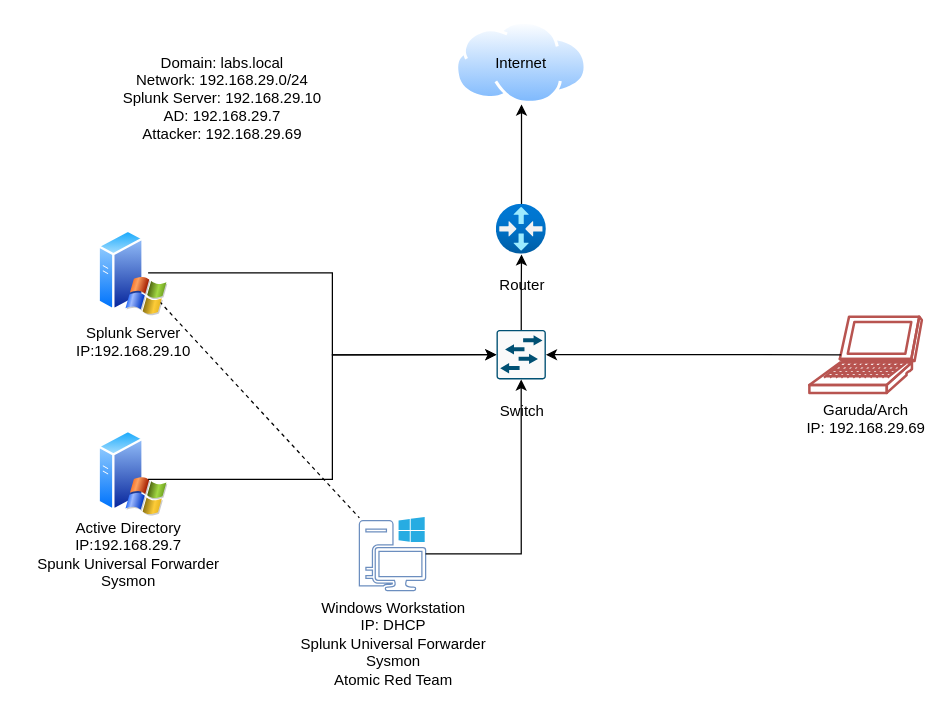
Earlier version of the draw.io diagram AD.drawio (uhtred-X/Visuals). Source tidied: cells renumbered, new cells numbered last; positions are measured from the earlier drawing's top-left corner, leaving out a move shared by most shapes. Both pictures are drawn from the tidied source at 125%, with x=0, y=0 at pixel (21, 21).
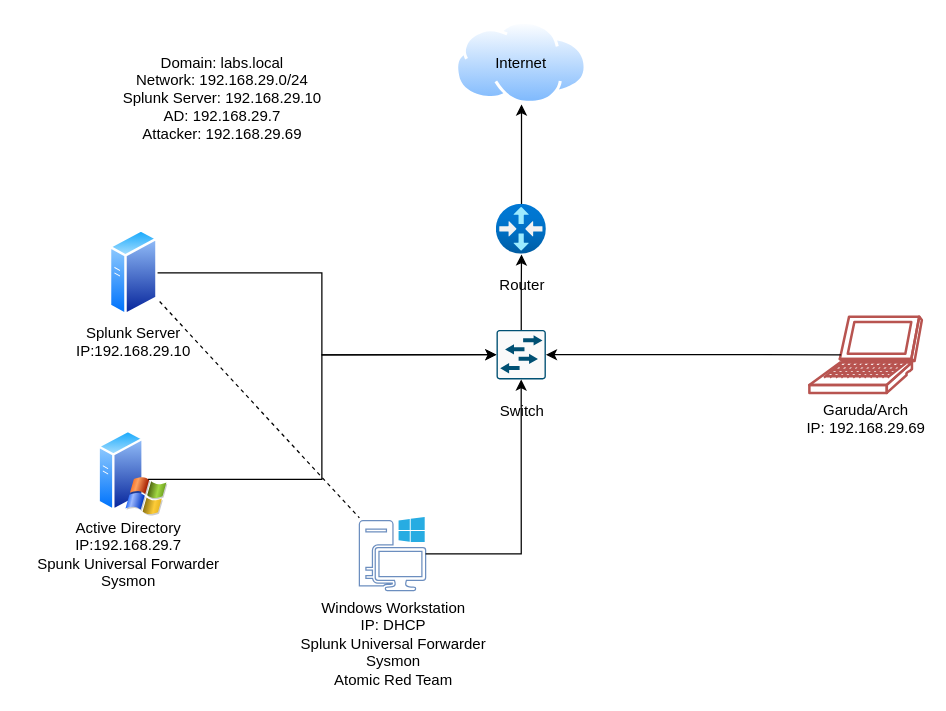
The same diagram, later.

The change refers to these unchanged cells:
```xml
<mxCell id="5" style="image;perimeter=ellipsePerimeter;html=1;align=center;shadow=0;dashed=0;spacingTop=3;image=img/lib/active_directory/windows_server_2.svg;imageBackground=none;" parent="1" vertex="1">
  <mxGeometry x="61" y="326" width="56" height="70" as="geometry" />
</mxCell>
<mxCell id="6" value="&lt;div&gt;Windows Workstation&lt;/div&gt;&lt;div&gt;IP: DHCP&lt;br&gt;&lt;/div&gt;&lt;div&gt;Splunk Universal Forwarder&lt;/div&gt;&lt;div&gt;Sysmon&lt;br&gt;Atomic Red Team&lt;br&gt;&lt;/div&gt;" style="sketch=0;shadow=0;dashed=0;html=1;strokeColor=#6c8ebf;fillColor=none;labelPosition=center;verticalLabelPosition=bottom;verticalAlign=top;outlineConnect=0;align=center;shape=mxgraph.office.devices.workstation_pc;" parent="1" vertex="1">
  <mxGeometry x="270" y="396" width="53" height="59" as="geometry" />
</mxCell>
<mxCell id="10" style="sketch=0;points=[[0.015,0.015,0],[0.985,0.015,0],[0.985,0.985,0],[0.015,0.985,0],[0.25,0,0],[0.5,0,0],[0.75,0,0],[1,0.25,0],[1,0.5,0],[1,0.75,0],[0.75,1,0],[0.5,1,0],[0.25,1,0],[0,0.75,0],[0,0.5,0],[0,0.25,0]];verticalLabelPosition=bottom;html=1;verticalAlign=top;align=center;shape=mxgraph.cisco19.rect;prIcon=l2_switch;fillColor=#FAFAFA;strokeColor=#005073;" parent="1" vertex="1">
  <mxGeometry x="379.7" y="246.5" width="39.5" height="39.5" as="geometry" />
</mxCell>
```

Diff of the diagram source:
```diff
@@
-    <mxCell id="2" style="rounded=0;jettySize=auto;html=1;dashed=1;endArrow=none;endFill=0;" parent="1" edge="1" source="3" target="6">
-      <mxGeometry relative="1" as="geometry" />
+    <mxCell id="2" style="rounded=0;jettySize=auto;html=1;dashed=1;endArrow=none;endFill=0;" parent="1" edge="1" target="6">
+      <mxGeometry relative="1" as="geometry">
+        <mxPoint x="110.2" y="223.7" as="sourcePoint" />
+      </mxGeometry>
     </mxCell>
-    <mxCell id="3" style="image;perimeter=ellipsePerimeter;html=1;align=center;shadow=0;dashed=0;spacingTop=3;image=img/lib/active_directory/windows_server_2.svg;" parent="1" vertex="1">
-      <mxGeometry x="61" y="165.8" width="56" height="70" as="geometry" />
-    </mxCell>
@@
-    <mxCell id="13" style="edgeStyle=orthogonalEdgeStyle;rounded=0;jettySize=auto;html=1;entryX=0;entryY=0.5;entryDx=0;entryDy=0;entryPerimeter=0;exitX=0.714;exitY=0.5;exitDx=0;exitDy=0;exitPerimeter=0;" parent="1" edge="1" source="3" target="10">
-      <mxGeometry relative="1" as="geometry" />
+    <mxCell id="13" style="edgeStyle=orthogonalEdgeStyle;rounded=0;jettySize=auto;html=1;entryX=0;entryY=0.5;entryDx=0;entryDy=0;entryPerimeter=0;exitX=0.714;exitY=0.5;exitDx=0;exitDy=0;exitPerimeter=0;" parent="1" edge="1" target="10">
+      <mxGeometry relative="1" as="geometry">
+        <mxPoint x="101" y="200.8" as="sourcePoint" />
+        <Array as="points">
+          <mxPoint x="240" y="201" />
+          <mxPoint x="240" y="266" />
+        </Array>
+      </mxGeometry>
     </mxCell>
     <mxCell id="14" style="edgeStyle=orthogonalEdgeStyle;rounded=0;jettySize=auto;html=1;entryX=0;entryY=0.5;entryDx=0;entryDy=0;entryPerimeter=0;exitX=0.714;exitY=0.571;exitDx=0;exitDy=0;exitPerimeter=0;" parent="1" edge="1" source="5" target="10">
-      <mxGeometry relative="1" as="geometry" />
+      <mxGeometry relative="1" as="geometry">
+        <Array as="points">
+          <mxPoint x="240" y="366" />
+          <mxPoint x="240" y="266" />
+        </Array>
+      </mxGeometry>
     </mxCell>
@@
+    <mxCell id="23" style="image;perimeter=ellipsePerimeter;html=1;align=center;shadow=0;dashed=0;spacingTop=3;image=img/lib/active_directory/generic_server.svg;" parent="1" vertex="1">
+      <mxGeometry x="70" y="165.8" width="39.2" height="70" as="geometry" />
+    </mxCell>
```
